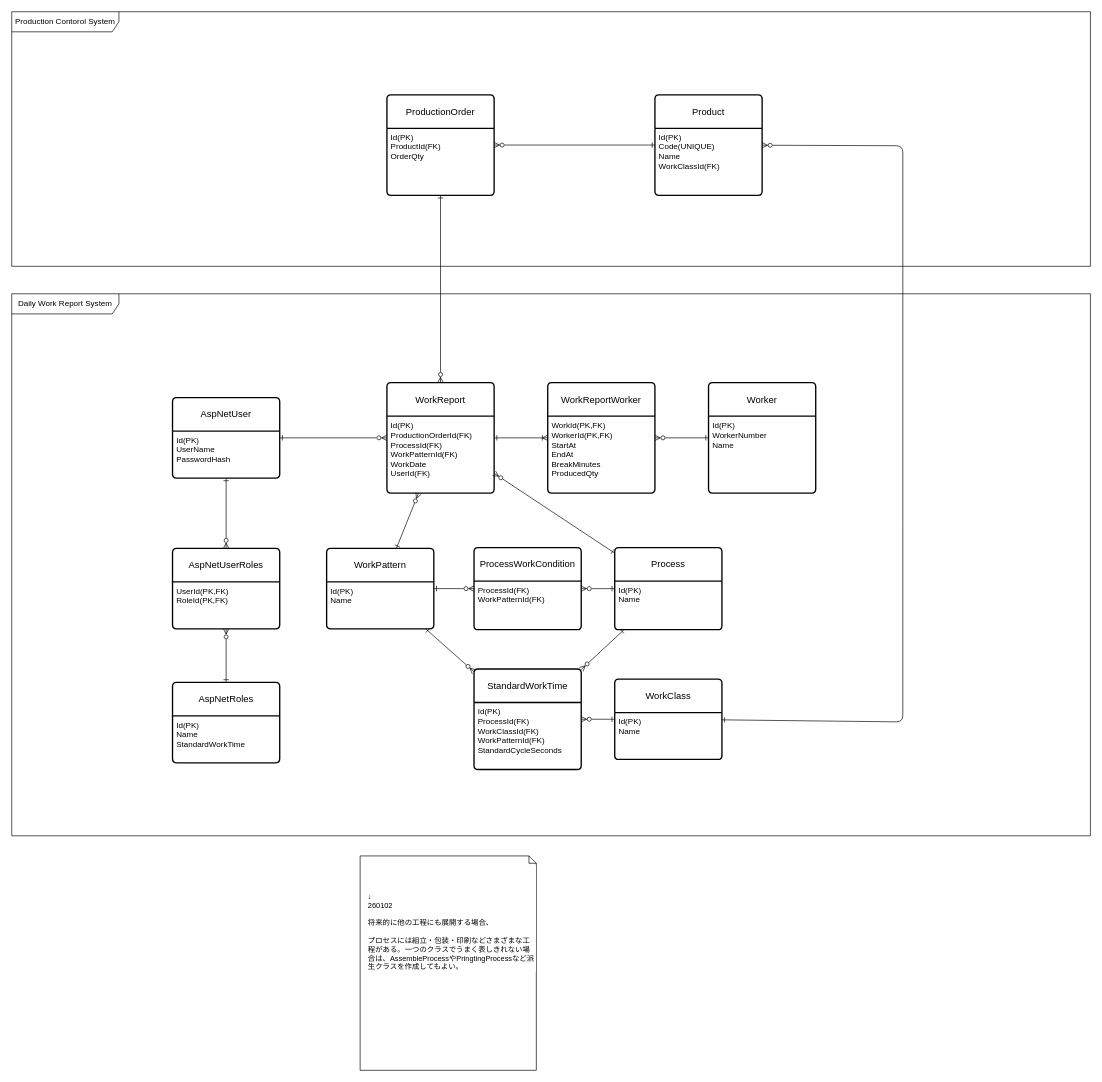
Before: docs/er.drawio in junyatanak/work-report-system, a draw.io diagram. Source tidied: cells renumbered, new cells numbered last; positions are measured from the earlier drawing's top-left corner, leaving out a move shared by most shapes. Both pictures are drawn from the tidied source at 67%, with x=0, y=0 at pixel (11, 11).
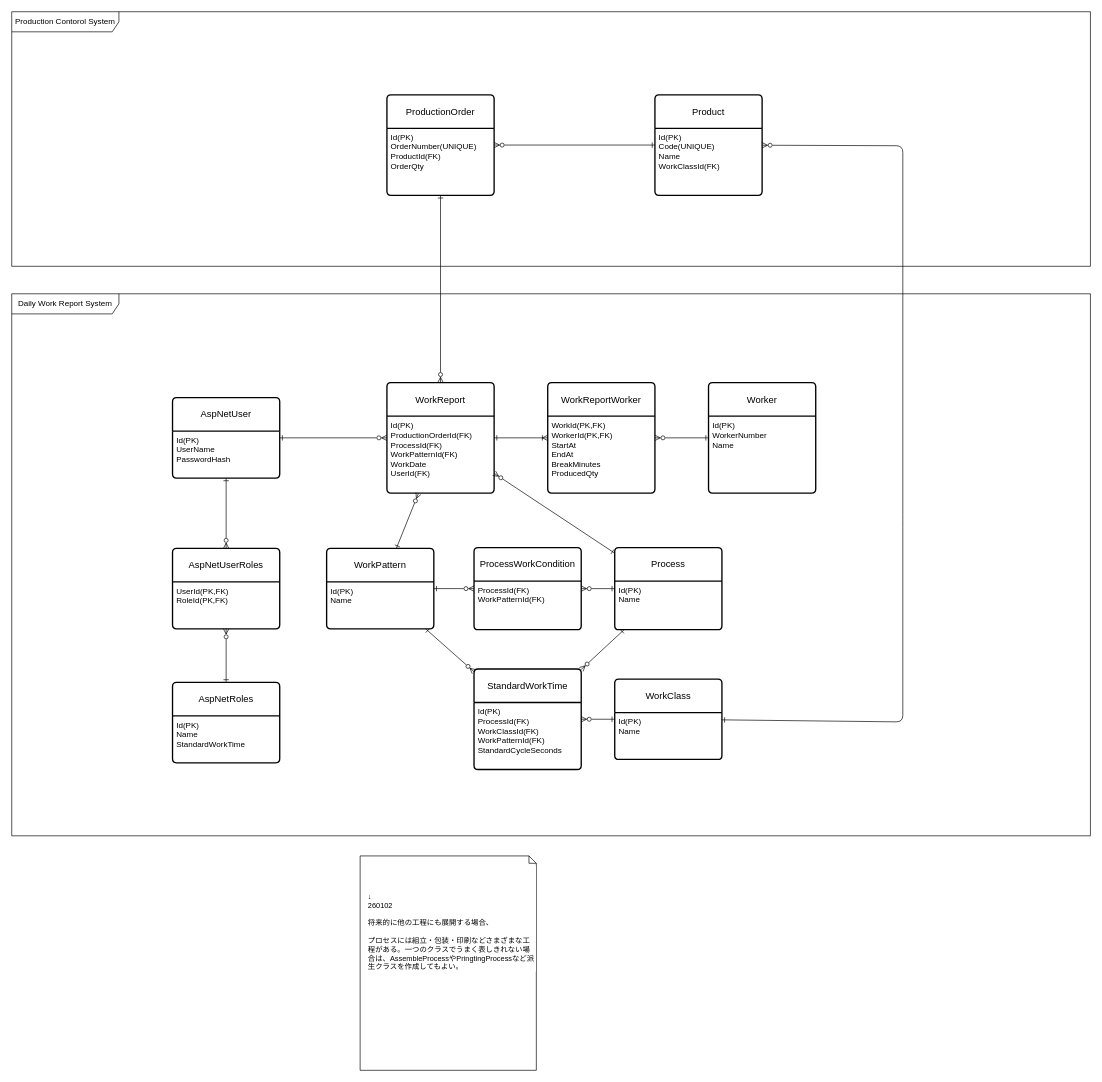
The same diagram, later.

The change refers to these unchanged cells:
```xml
<mxCell id="39" value="ProductionOrder" style="swimlane;horizontal=1;startSize=50;rounded=1;fontSize=14;fontStyle=0;strokeWidth=2;shadow=0;dashed=0;align=center;arcSize=4;whiteSpace=wrap;html=1;" parent="37" vertex="1">
  <mxGeometry x="560" y="124" width="160" height="150" as="geometry" />
</mxCell>
```

The edit, as a diff of the source:
```diff
@@
-    <mxCell id="40" value="Id(PK)&lt;div&gt;&lt;font color=&quot;#000000&quot;&gt;ProductId(FK)&lt;/font&gt;&lt;/div&gt;&lt;div&gt;&lt;font color=&quot;#000000&quot;&gt;OrderQty&lt;/font&gt;&lt;/div&gt;" style="align=left;strokeColor=none;fillColor=none;spacingLeft=4;fontSize=12;verticalAlign=top;html=1;" parent="39" vertex="1">
+    <mxCell id="40" value="Id(PK)&lt;div&gt;&lt;font color=&quot;#000000&quot;&gt;OrderNumber(UNIQUE)&lt;/font&gt;&lt;/div&gt;&lt;div&gt;&lt;font color=&quot;#000000&quot;&gt;ProductId(FK)&lt;/font&gt;&lt;/div&gt;&lt;div&gt;&lt;font color=&quot;#000000&quot;&gt;OrderQty&lt;/font&gt;&lt;/div&gt;" style="align=left;strokeColor=none;fillColor=none;spacingLeft=4;fontSize=12;verticalAlign=top;html=1;" parent="39" vertex="1">
       <mxGeometry y="50" width="160" height="100" as="geometry" />
     </mxCell>
```
